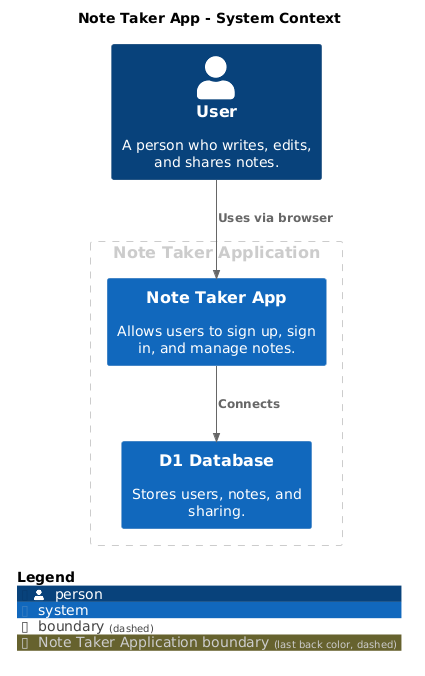
Earlier version of the PlantUML export master/png/SystemContext.png (vukhanhtruong/note-taker).
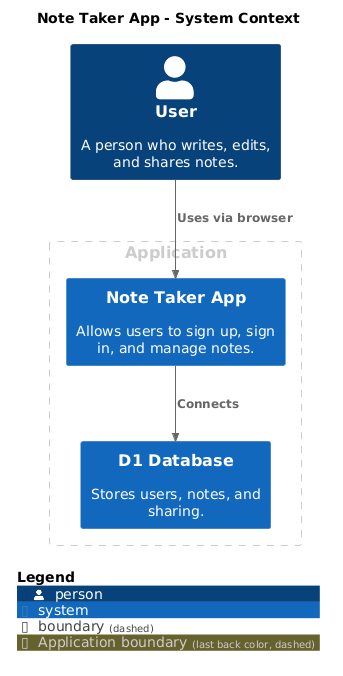
Above is the later version.

Diff of the diagram source:
```diff
@@ -7,8 +7,8 @@
 !include <C4/C4>
 !include <C4/C4_Context>
 
-AddBoundaryTag("Note Taker Application", $borderColor="#cccccc", $fontColor="#cccccc", $borderStyle="dashed")
-Boundary(group_1, "Note Taker Application", $tags="Note Taker Application") {
+AddBoundaryTag("Application", $borderColor="#cccccc", $fontColor="#cccccc", $borderStyle="dashed")
+Boundary(group_1, "Application", $tags="Application") {
   System(D1Database, "D1 Database", $descr="Stores users, notes, and sharing.", $tags="", $link="")
   System(NoteTakerApp, "Note Taker App", $descr="Allows users to sign up, sign in, and manage notes.", $tags="", $link="")
 }
```
